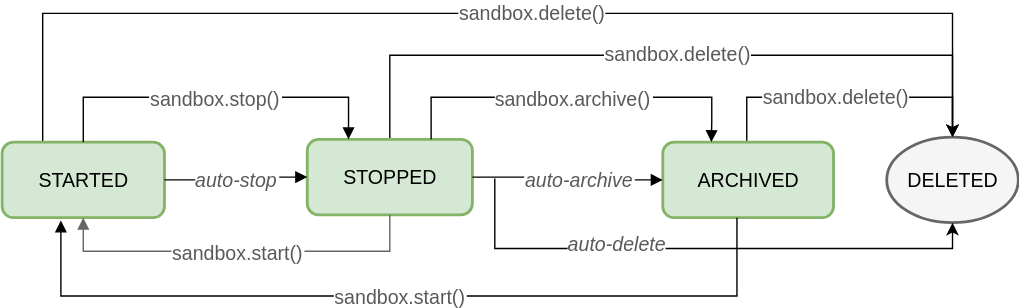
daytonaio/daytona keeps this draw.io diagram as apps/docs/src/assets/docs/sandbox-states.svg. Above is the earlier version. Source tidied: cells renumbered, new cells last; positions are measured from the earlier drawing's top-left corner, leaving out a move shared by most shapes.
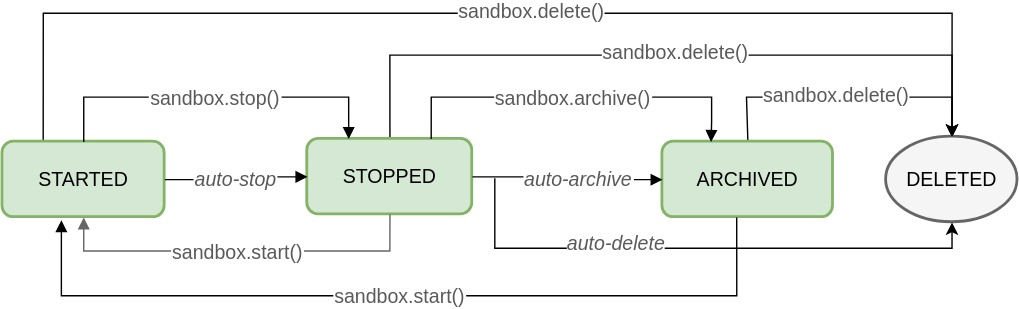
The same file after the commit.

Commit message:
style(docs): modify sandbox diagram svg icon render

What changed in the source:
```diff
@@ -10,24 +10,24 @@
         </Array>
       </mxGeometry>
     </mxCell>
-    <mxCell id="3" value="sandbox.delete()" style="edgeLabel;html=1;align=center;verticalAlign=middle;fontSize=14;fontColor=#595959;" parent="2" vertex="1">
-      <mxGeometry x="0.06" y="1" relative="1" as="geometry" />
-    </mxCell>
+    <mxCell id="20" value="sandbox.delete()" style="edgeLabel;html=1;align=center;verticalAlign=middle;fontSize=14;fontColor=#595959;" parent="2" vertex="1">
+      <mxGeometry x="0.06" y="1" relative="1" as="geometry" />
+    </mxCell>
     <mxCell id="4" value="STARTED" style="whiteSpace=wrap;strokeWidth=2;rounded=1;html=1;fillColor=#d5e8d4;fontSize=14;strokeColor=#82b366;fontColor=#000000;" parent="1" vertex="1">
       <mxGeometry y="92" width="116" height="54" as="geometry" />
     </mxCell>
-    <mxCell id="5" style="edgeStyle=orthogonalEdgeStyle;rounded=0;jettySize=auto;html=1;exitX=0.5;exitY=0;exitDx=0;exitDy=0;entryX=0.5;entryY=0;entryDx=0;entryDy=0;fontSize=14;fontColor=#595959;" parent="1" edge="1" target="8">
-      <mxGeometry relative="1" as="geometry">
-        <mxPoint x="277" y="100" as="sourcePoint" />
-        <Array as="points">
-          <mxPoint x="277" y="30" />
-          <mxPoint x="679" y="30" />
-        </Array>
-      </mxGeometry>
-    </mxCell>
-    <mxCell id="6" value="sandbox.delete()" style="edgeLabel;html=1;align=center;verticalAlign=middle;fontSize=14;fontColor=#595959;" parent="5" vertex="1">
-      <mxGeometry x="0.03" y="2" relative="1" as="geometry" />
-    </mxCell>
+    <mxCell id="21" style="edgeStyle=orthogonalEdgeStyle;rounded=0;jettySize=auto;html=1;exitX=0.5;exitY=0;exitDx=0;exitDy=0;entryX=0.5;entryY=0;entryDx=0;entryDy=0;fontSize=14;fontColor=#595959;" parent="1" edge="1" target="8">
+      <mxGeometry relative="1" as="geometry">
+        <mxPoint x="277" y="100" as="sourcePoint" />
+        <Array as="points">
+          <mxPoint x="277" y="30" />
+          <mxPoint x="679" y="30" />
+        </Array>
+      </mxGeometry>
+    </mxCell>
+    <mxCell id="22" value="sandbox.delete()" style="edgeLabel;html=1;align=center;verticalAlign=middle;fontSize=14;fontColor=#595959;" parent="21" vertex="1">
+      <mxGeometry x="0.03" y="2" relative="1" as="geometry" />
+    </mxCell>
     <mxCell id="7" value="STOPPED" style="whiteSpace=wrap;strokeWidth=2;rounded=1;html=1;fillColor=#d5e8d4;fontSize=14;fontStyle=0;strokeColor=#82b366;fontColor=#000000;" parent="1" vertex="1">
       <mxGeometry x="218" y="90" width="118" height="54" as="geometry" />
     </mxCell>
@@ -45,11 +45,11 @@
         </Array>
       </mxGeometry>
     </mxCell>
-    <mxCell id="10" value="sandbox.delete()" style="edgeLabel;html=1;align=center;verticalAlign=middle;fontSize=14;fontColor=#595959;" parent="9" vertex="1">
-      <mxGeometry x="-0.03" y="1" relative="1" as="geometry">
-        <mxPoint x="-6" as="offset" />
-      </mxGeometry>
-    </mxCell>
+    <mxCell id="23" value="sandbox.delete()" style="edgeLabel;html=1;align=center;verticalAlign=middle;fontSize=14;fontColor=#595959;" parent="9" vertex="1">
+      <mxGeometry x="-0.03" y="1" relative="1" as="geometry">
+        <mxPoint x="-6" as="offset" />
+      </mxGeometry>
+    </mxCell>
     <mxCell id="11" value="ARCHIVED" style="whiteSpace=wrap;strokeWidth=2;rounded=1;html=1;fillColor=#d5e8d4;fontSize=14;strokeColor=#82b366;fontColor=#000000;" parent="1" vertex="1">
       <mxGeometry x="472" y="92" width="122" height="54" as="geometry" />
     </mxCell>
@@ -95,16 +95,16 @@
         </Array>
       </mxGeometry>
     </mxCell>
-    <mxCell id="18" style="endArrow=classic;html=1;rounded=0;entryX=0.5;entryY=1;entryDx=0;entryDy=0;" parent="1" edge="1" target="8">
-      <mxGeometry relative="1" as="geometry">
-        <mxPoint x="352" y="118" as="sourcePoint" />
-        <Array as="points">
-          <mxPoint x="352" y="148" />
-          <mxPoint x="352" y="168" />
-          <mxPoint x="679" y="168" />
-        </Array>
-      </mxGeometry>
-    </mxCell>
+    <mxCell id="24" style="endArrow=classic;html=1;rounded=0;entryX=0.5;entryY=1;entryDx=0;entryDy=0;" parent="1" edge="1" target="8">
+      <mxGeometry relative="1" as="geometry">
+        <mxPoint x="352" y="118" as="sourcePoint" />
+        <Array as="points">
+          <mxPoint x="352" y="148" />
+          <mxPoint x="352" y="168" />
+          <mxPoint x="679" y="168" />
+        </Array>
+      </mxGeometry>
+    </mxCell>
     <mxCell id="19" value="&lt;span style=&quot;color: rgb(89, 89, 89); font-family: Helvetica; font-size: 14px; font-style: italic; font-variant-ligatures: normal; font-variant-caps: normal; font-weight: 400; letter-spacing: normal; orphans: 2; text-align: center; text-indent: 0px; text-transform: none; widows: 2; word-spacing: 0px; -webkit-text-stroke-width: 0px; white-space: nowrap; background-color: rgb(255, 255, 255); text-decoration-thickness: initial; text-decoration-style: initial; text-decoration-color: initial; float: none; display: inline !important;&quot;&gt;auto-delete&lt;/span&gt;" style="text;whiteSpace=wrap;html=1;" parent="1" vertex="1">
       <mxGeometry x="402" y="149.6" width="100" height="40" as="geometry" />
     </mxCell>
```
